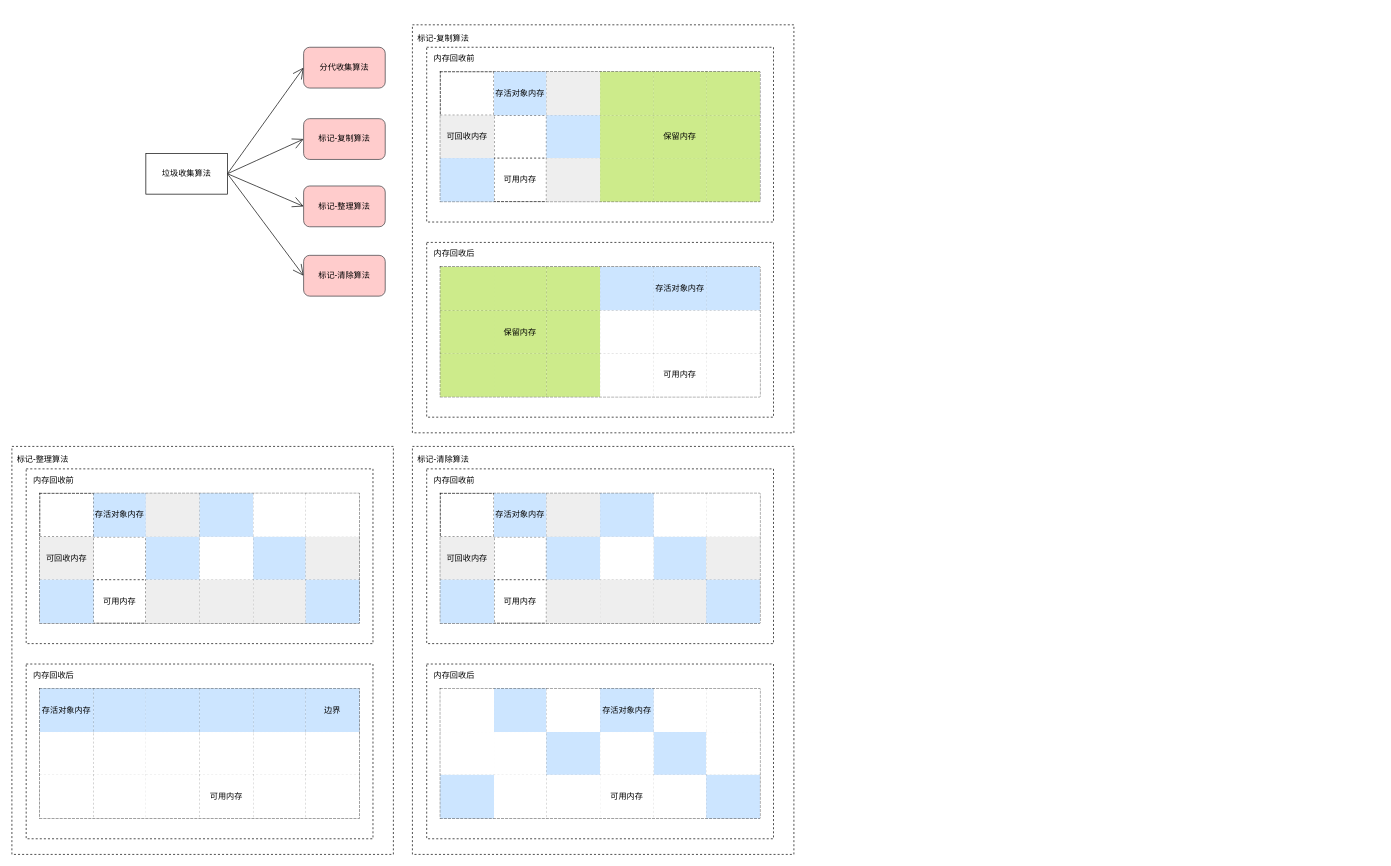
Before: learn/JVM垃圾收集算法.drawio in Leo-Lee-j/sketch, a draw.io diagram. Source tidied: cells renumbered, new cells numbered last; positions are measured from the earlier drawing's top-left corner, leaving out a move shared by most shapes. Both pictures are drawn from the tidied source at 68%, with x=0, y=0 at pixel (12, 24).
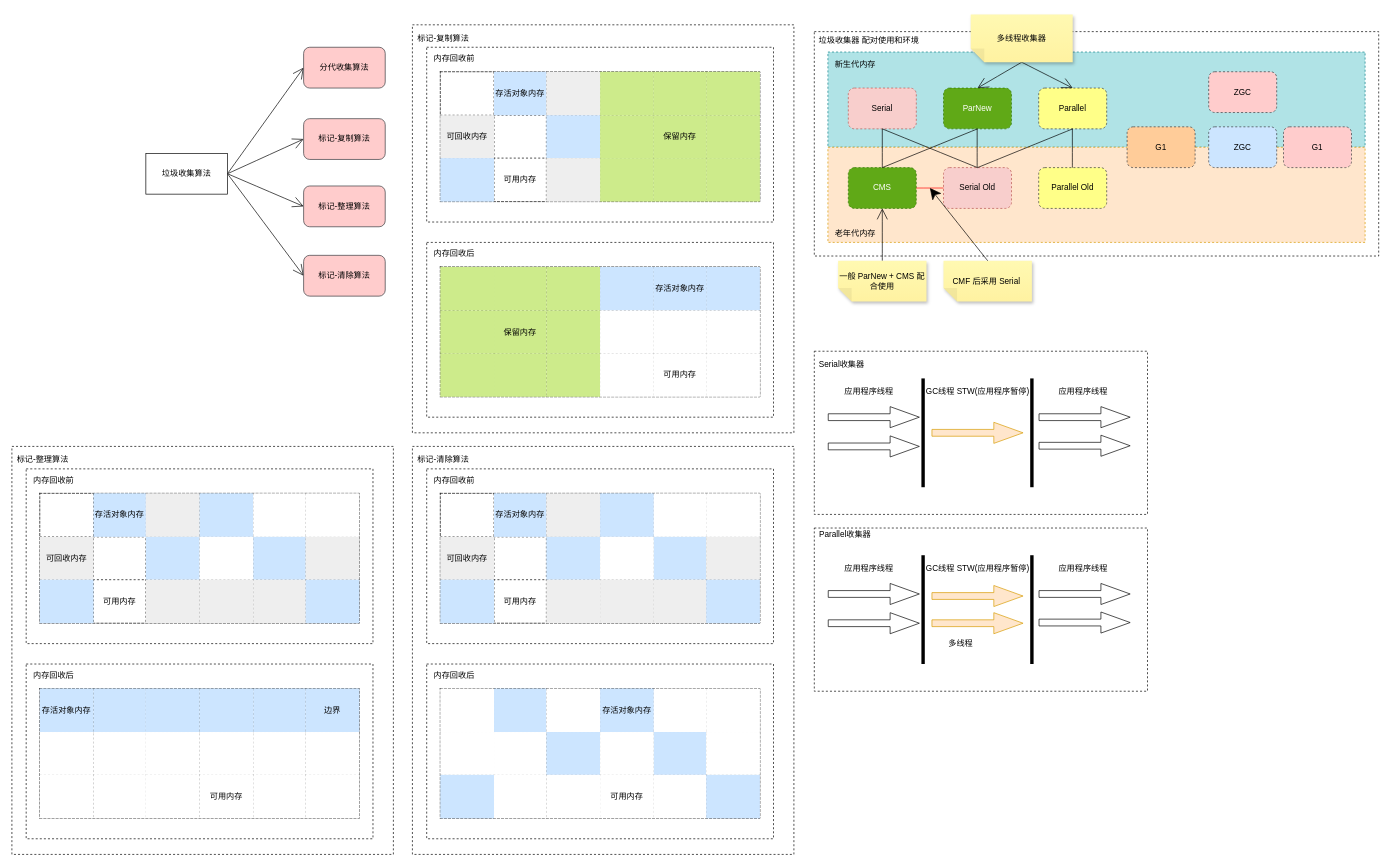
Above is the later version.

Commit message:
更新JVM垃圾收集算法.drawio

What changed in the source:
```diff
@@
+    <mxCell id="161" style="rounded=0;whiteSpace=wrap;html=1;dashed=1;hachureGap=4;" parent="1" vertex="1">
+      <mxGeometry x="1180" y="480" width="490" height="240" as="geometry" />
+    </mxCell>
+    <mxCell id="162" style="rounded=0;whiteSpace=wrap;html=1;dashed=1;hachureGap=4;" parent="1" vertex="1">
+      <mxGeometry x="1180" y="10" width="830" height="330" as="geometry" />
+    </mxCell>
+    <mxCell id="163" style="rounded=0;whiteSpace=wrap;html=1;dashed=1;hachureGap=4;fillColor=#b0e3e6;strokeColor=#0e8088;" parent="1" vertex="1">
+      <mxGeometry x="1200" y="40" width="790" height="140" as="geometry" />
+    </mxCell>
+    <mxCell id="164" style="rounded=0;whiteSpace=wrap;html=1;dashed=1;hachureGap=4;fillColor=#ffe6cc;strokeColor=#d79b00;" parent="1" vertex="1">
+      <mxGeometry x="1200" y="180" width="790" height="140" as="geometry" />
+    </mxCell>
@@
+    <mxCell id="165" value="垃圾收集器 配对使用和环境" style="text;html=1;align=center;verticalAlign=middle;strokeColor=none;fillColor=none;dashed=1;hachureGap=4;" parent="1" vertex="1">
+      <mxGeometry x="1180" y="13" width="160" height="20" as="geometry" />
+    </mxCell>
+    <mxCell id="166" value="老年代内存" style="text;html=1;align=center;verticalAlign=middle;strokeColor=none;fillColor=none;dashed=1;hachureGap=4;" parent="1" vertex="1">
+      <mxGeometry x="1200" y="297" width="80" height="20" as="geometry" />
+    </mxCell>
+    <mxCell id="167" value="新生代内存" style="text;html=1;align=center;verticalAlign=middle;strokeColor=none;fillColor=none;dashed=1;hachureGap=4;" parent="1" vertex="1">
+      <mxGeometry x="1200" y="49" width="80" height="20" as="geometry" />
+    </mxCell>
+    <mxCell id="168" value="Serial" style="rounded=1;whiteSpace=wrap;html=1;dashed=1;hachureGap=4;fillColor=#f8cecc;strokeColor=#b85450;" parent="1" vertex="1">
+      <mxGeometry x="1230" y="93" width="100" height="60" as="geometry" />
+    </mxCell>
+    <mxCell id="169" value="ParNew" style="rounded=1;whiteSpace=wrap;html=1;dashed=1;hachureGap=4;fillColor=#60a917;strokeColor=#2D7600;fontColor=#ffffff;" parent="1" vertex="1">
+      <mxGeometry x="1370" y="93" width="100" height="60" as="geometry" />
+    </mxCell>
+    <mxCell id="170" value="Parallel" style="rounded=1;whiteSpace=wrap;html=1;dashed=1;hachureGap=4;fillColor=#ffff88;strokeColor=#36393d;" parent="1" vertex="1">
+      <mxGeometry x="1510" y="93" width="100" height="60" as="geometry" />
+    </mxCell>
+    <mxCell id="171" value="CMS" style="rounded=1;whiteSpace=wrap;html=1;dashed=1;hachureGap=4;fillColor=#60a917;strokeColor=#2D7600;fontColor=#ffffff;" parent="1" vertex="1">
+      <mxGeometry x="1230" y="210" width="100" height="60" as="geometry" />
+    </mxCell>
+    <mxCell id="172" value="Serial Old" style="rounded=1;whiteSpace=wrap;html=1;dashed=1;hachureGap=4;fillColor=#f8cecc;strokeColor=#b85450;" parent="1" vertex="1">
+      <mxGeometry x="1370" y="210" width="100" height="60" as="geometry" />
+    </mxCell>
+    <mxCell id="173" value="Parallel Old" style="rounded=1;whiteSpace=wrap;html=1;dashed=1;hachureGap=4;fillColor=#ffff88;strokeColor=#36393d;" parent="1" vertex="1">
+      <mxGeometry x="1510" y="210" width="100" height="60" as="geometry" />
+    </mxCell>
+    <mxCell id="174" value="G1" style="rounded=1;whiteSpace=wrap;html=1;dashed=1;hachureGap=4;fillColor=#ffcc99;strokeColor=#36393d;" parent="1" vertex="1">
+      <mxGeometry x="1640" y="150" width="100" height="60" as="geometry" />
+    </mxCell>
+    <mxCell id="175" value="ZGC" style="rounded=1;whiteSpace=wrap;html=1;dashed=1;hachureGap=4;fillColor=#cce5ff;strokeColor=#36393d;" parent="1" vertex="1">
+      <mxGeometry x="1760" y="150" width="100" height="60" as="geometry" />
+    </mxCell>
+    <mxCell id="176" value="ZGC" style="rounded=1;whiteSpace=wrap;html=1;dashed=1;hachureGap=4;fillColor=#ffcccc;strokeColor=#36393d;" parent="1" vertex="1">
+      <mxGeometry x="1760" y="69" width="100" height="60" as="geometry" />
+    </mxCell>
+    <mxCell id="177" value="G1" style="rounded=1;whiteSpace=wrap;html=1;dashed=1;hachureGap=4;fillColor=#ffcccc;strokeColor=#36393d;" parent="1" vertex="1">
+      <mxGeometry x="1870" y="150" width="100" height="60" as="geometry" />
+    </mxCell>
+    <mxCell id="178" style="endArrow=none;html=1;rounded=0;startSize=14;endSize=14;sourcePerimeterSpacing=8;targetPerimeterSpacing=8;curved=1;entryX=0.5;entryY=1;entryDx=0;entryDy=0;exitX=0.5;exitY=0;exitDx=0;exitDy=0;" parent="1" edge="1" source="171" target="168">
+      <mxGeometry relative="1" as="geometry" />
+    </mxCell>
+    <mxCell id="179" style="endArrow=none;html=1;rounded=0;startSize=14;endSize=14;sourcePerimeterSpacing=8;targetPerimeterSpacing=8;curved=1;entryX=0.5;entryY=1;entryDx=0;entryDy=0;exitX=0.5;exitY=0;exitDx=0;exitDy=0;" parent="1" edge="1" source="172" target="168">
+      <mxGeometry relative="1" as="geometry" />
+    </mxCell>
+    <mxCell id="180" style="endArrow=none;html=1;rounded=0;startSize=14;endSize=14;sourcePerimeterSpacing=8;targetPerimeterSpacing=8;curved=1;entryX=0.5;entryY=1;entryDx=0;entryDy=0;exitX=0.5;exitY=0;exitDx=0;exitDy=0;" parent="1" edge="1">
+      <mxGeometry relative="1" as="geometry">
+        <mxPoint x="1419.5" y="210" as="sourcePoint" />
+        <mxPoint x="1419.5" y="153" as="targetPoint" />
+      </mxGeometry>
+    </mxCell>
+    <mxCell id="181" style="endArrow=none;html=1;rounded=0;startSize=14;endSize=14;sourcePerimeterSpacing=8;targetPerimeterSpacing=8;curved=1;entryX=0.5;entryY=1;entryDx=0;entryDy=0;exitX=0.5;exitY=0;exitDx=0;exitDy=0;" parent="1" edge="1">
+      <mxGeometry relative="1" as="geometry">
+        <mxPoint x="1559.5" y="210" as="sourcePoint" />
+        <mxPoint x="1559.5" y="153" as="targetPoint" />
+      </mxGeometry>
+    </mxCell>
+    <mxCell id="182" style="endArrow=none;html=1;rounded=0;startSize=14;endSize=14;sourcePerimeterSpacing=8;targetPerimeterSpacing=8;curved=1;entryX=0.5;entryY=0;entryDx=0;entryDy=0;exitX=0.5;exitY=1;exitDx=0;exitDy=0;" parent="1" edge="1" source="170" target="172">
+      <mxGeometry relative="1" as="geometry" />
+    </mxCell>
+    <mxCell id="183" style="endArrow=none;html=1;rounded=0;startSize=14;endSize=14;sourcePerimeterSpacing=8;targetPerimeterSpacing=8;curved=1;entryX=0.5;entryY=0;entryDx=0;entryDy=0;exitX=0.5;exitY=1;exitDx=0;exitDy=0;" parent="1" edge="1">
+      <mxGeometry relative="1" as="geometry">
+        <mxPoint x="1420" y="153" as="sourcePoint" />
+        <mxPoint x="1280" y="210" as="targetPoint" />
+      </mxGeometry>
+    </mxCell>
+    <mxCell id="184" style="endArrow=none;html=1;rounded=0;startSize=14;endSize=14;sourcePerimeterSpacing=8;targetPerimeterSpacing=8;curved=1;exitX=1;exitY=0.5;exitDx=0;exitDy=0;entryX=0;entryY=0.5;entryDx=0;entryDy=0;strokeColor=#FF0000;" parent="1" edge="1" source="171" target="172">
+      <mxGeometry relative="1" as="geometry" />
+    </mxCell>
+    <mxCell id="185" style="edgeStyle=none;curved=1;rounded=0;jettySize=auto;html=1;exitX=0.5;exitY=1;exitDx=0;exitDy=0;exitPerimeter=0;entryX=0.5;entryY=1;entryDx=0;entryDy=0;endArrow=open;startSize=14;endSize=14;sourcePerimeterSpacing=8;targetPerimeterSpacing=8;strokeColor=#000000;" parent="1" edge="1" source="186" target="171">
+      <mxGeometry relative="1" as="geometry" />
+    </mxCell>
+    <mxCell id="186" value="一般 ParNew + CMS 配合使用" style="shape=note;whiteSpace=wrap;html=1;backgroundOutline=1;fontColor=#000000;darkOpacity=0.05;fillColor=#FFF9B2;strokeColor=none;fillStyle=solid;direction=west;gradientDirection=north;gradientColor=#FFF2A1;shadow=1;size=20;dashed=1;hachureGap=4;" parent="1" vertex="1">
+      <mxGeometry x="1215" y="347" width="130" height="60" as="geometry" />
+    </mxCell>
+    <mxCell id="187" style="edgeStyle=none;curved=1;rounded=0;jettySize=auto;html=1;exitX=0.5;exitY=0;exitDx=0;exitDy=0;exitPerimeter=0;entryX=0.5;entryY=0;entryDx=0;entryDy=0;endArrow=open;startSize=14;endSize=14;sourcePerimeterSpacing=8;targetPerimeterSpacing=8;strokeColor=#000000;" parent="1" edge="1" source="189" target="169">
+      <mxGeometry relative="1" as="geometry" />
+    </mxCell>
+    <mxCell id="188" style="edgeStyle=none;curved=1;rounded=0;jettySize=auto;html=1;exitX=0.5;exitY=0;exitDx=0;exitDy=0;exitPerimeter=0;entryX=0.5;entryY=0;entryDx=0;entryDy=0;endArrow=open;startSize=14;endSize=14;sourcePerimeterSpacing=8;targetPerimeterSpacing=8;strokeColor=#000000;" parent="1" edge="1" source="189" target="170">
+      <mxGeometry relative="1" as="geometry" />
+    </mxCell>
+    <mxCell id="189" value="多线程收集器" style="shape=note;whiteSpace=wrap;html=1;backgroundOutline=1;fontColor=#000000;darkOpacity=0.05;fillColor=#FFF9B2;strokeColor=none;fillStyle=solid;direction=west;gradientDirection=north;gradientColor=#FFF2A1;shadow=1;size=20;dashed=1;hachureGap=4;" parent="1" vertex="1">
+      <mxGeometry x="1410" y="-15" width="150" height="70" as="geometry" />
+    </mxCell>
+    <mxCell id="190" value="CMF 后采用 Serial&amp;nbsp;" style="shape=note;whiteSpace=wrap;html=1;backgroundOutline=1;fontColor=#000000;darkOpacity=0.05;fillColor=#FFF9B2;strokeColor=none;fillStyle=solid;direction=west;gradientDirection=north;gradientColor=#FFF2A1;shadow=1;size=20;dashed=1;hachureGap=4;" parent="1" vertex="1">
+      <mxGeometry x="1370" y="347" width="130" height="60" as="geometry" />
+    </mxCell>
+    <mxCell id="191" style="endArrow=classic;html=1;rounded=0;startSize=14;endSize=14;sourcePerimeterSpacing=8;targetPerimeterSpacing=8;strokeColor=#000000;curved=1;exitX=0.5;exitY=1;exitDx=0;exitDy=0;exitPerimeter=0;" parent="1" edge="1" source="190">
+      <mxGeometry relative="1" as="geometry">
+        <mxPoint x="1350" y="240" as="targetPoint" />
+      </mxGeometry>
+    </mxCell>
+    <mxCell id="192" value="Serial收集器" style="text;html=1;align=center;verticalAlign=middle;strokeColor=none;fillColor=none;dashed=1;hachureGap=4;" parent="1" vertex="1">
+      <mxGeometry x="1180" y="490" width="80" height="20" as="geometry" />
+    </mxCell>
+    <mxCell id="193" style="endArrow=none;html=1;rounded=0;sketch=0;startSize=14;endSize=14;sourcePerimeterSpacing=8;targetPerimeterSpacing=8;strokeColor=#000000;curved=1;strokeWidth=5;" parent="1" edge="1">
+      <mxGeometry relative="1" as="geometry">
+        <mxPoint x="1340" y="680" as="sourcePoint" />
+        <mxPoint x="1340" y="520" as="targetPoint" />
+      </mxGeometry>
+    </mxCell>
+    <mxCell id="194" style="endArrow=none;html=1;rounded=0;sketch=0;startSize=14;endSize=14;sourcePerimeterSpacing=8;targetPerimeterSpacing=8;strokeColor=#000000;curved=1;strokeWidth=5;" parent="1" edge="1">
+      <mxGeometry relative="1" as="geometry">
+        <mxPoint x="1500" y="680" as="sourcePoint" />
+        <mxPoint x="1500" y="520" as="targetPoint" />
+      </mxGeometry>
+    </mxCell>
+    <mxCell id="195" style="shape=flexArrow;endArrow=classic;html=1;rounded=0;sketch=0;startSize=14;endSize=14;sourcePerimeterSpacing=8;targetPerimeterSpacing=8;strokeColor=#000000;strokeWidth=1;curved=1;" parent="1" edge="1">
+      <mxGeometry relative="1" as="geometry">
+        <mxPoint x="1200" y="577" as="sourcePoint" />
+        <mxPoint x="1335" y="577" as="targetPoint" />
+      </mxGeometry>
+    </mxCell>
+    <mxCell id="196" style="shape=flexArrow;endArrow=classic;html=1;rounded=0;sketch=0;startSize=14;endSize=14;sourcePerimeterSpacing=8;targetPerimeterSpacing=8;strokeColor=#000000;strokeWidth=1;curved=1;" parent="1" edge="1">
+      <mxGeometry relative="1" as="geometry">
+        <mxPoint x="1200" y="620" as="sourcePoint" />
+        <mxPoint x="1335" y="620" as="targetPoint" />
+      </mxGeometry>
+    </mxCell>
+    <mxCell id="197" value="应用程序线程" style="text;html=1;align=center;verticalAlign=middle;strokeColor=none;fillColor=none;dashed=1;hachureGap=4;" parent="1" vertex="1">
+      <mxGeometry x="1215" y="530" width="90" height="20" as="geometry" />
+    </mxCell>
+    <mxCell id="198" style="shape=flexArrow;endArrow=classic;html=1;rounded=0;sketch=0;startSize=14;endSize=14;sourcePerimeterSpacing=8;targetPerimeterSpacing=8;strokeColor=#d79b00;strokeWidth=1;curved=1;fillColor=#ffe6cc;" parent="1" edge="1">
+      <mxGeometry relative="1" as="geometry">
+        <mxPoint x="1352.5" y="600" as="sourcePoint" />
+        <mxPoint x="1487.5" y="600" as="targetPoint" />
+      </mxGeometry>
+    </mxCell>
+    <mxCell id="199" value="GC线程 STW(应用程序暂停)" style="text;html=1;align=center;verticalAlign=middle;strokeColor=none;fillColor=none;dashed=1;hachureGap=4;" parent="1" vertex="1">
+      <mxGeometry x="1335" y="530" width="170" height="20" as="geometry" />
+    </mxCell>
+    <mxCell id="200" style="shape=flexArrow;endArrow=classic;html=1;rounded=0;sketch=0;startSize=14;endSize=14;sourcePerimeterSpacing=8;targetPerimeterSpacing=8;strokeColor=#000000;strokeWidth=1;curved=1;" parent="1" edge="1">
+      <mxGeometry relative="1" as="geometry">
+        <mxPoint x="1510" y="577" as="sourcePoint" />
+        <mxPoint x="1645" y="577" as="targetPoint" />
+      </mxGeometry>
+    </mxCell>
+    <mxCell id="201" style="shape=flexArrow;endArrow=classic;html=1;rounded=0;sketch=0;startSize=14;endSize=14;sourcePerimeterSpacing=8;targetPerimeterSpacing=8;strokeColor=#000000;strokeWidth=1;curved=1;" parent="1" edge="1">
+      <mxGeometry relative="1" as="geometry">
+        <mxPoint x="1510" y="619" as="sourcePoint" />
+        <mxPoint x="1645" y="619" as="targetPoint" />
+      </mxGeometry>
+    </mxCell>
+    <mxCell id="202" value="应用程序线程" style="text;html=1;align=center;verticalAlign=middle;strokeColor=none;fillColor=none;dashed=1;hachureGap=4;" parent="1" vertex="1">
+      <mxGeometry x="1530" y="530" width="90" height="20" as="geometry" />
+    </mxCell>
+    <mxCell id="203" style="rounded=0;whiteSpace=wrap;html=1;dashed=1;hachureGap=4;" parent="1" vertex="1">
+      <mxGeometry x="1180" y="740" width="490" height="240" as="geometry" />
+    </mxCell>
+    <mxCell id="204" value="Parallel收集器" style="text;html=1;align=center;verticalAlign=middle;strokeColor=none;fillColor=none;dashed=1;hachureGap=4;" parent="1" vertex="1">
+      <mxGeometry x="1180" y="740" width="90" height="20" as="geometry" />
+    </mxCell>
+    <mxCell id="205" style="endArrow=none;html=1;rounded=0;sketch=0;startSize=14;endSize=14;sourcePerimeterSpacing=8;targetPerimeterSpacing=8;strokeColor=#000000;curved=1;strokeWidth=5;" parent="1" edge="1">
+      <mxGeometry relative="1" as="geometry">
+        <mxPoint x="1340" y="940" as="sourcePoint" />
+        <mxPoint x="1340" y="780" as="targetPoint" />
+      </mxGeometry>
+    </mxCell>
+    <mxCell id="206" style="endArrow=none;html=1;rounded=0;sketch=0;startSize=14;endSize=14;sourcePerimeterSpacing=8;targetPerimeterSpacing=8;strokeColor=#000000;curved=1;strokeWidth=5;" parent="1" edge="1">
+      <mxGeometry relative="1" as="geometry">
+        <mxPoint x="1500" y="940" as="sourcePoint" />
+        <mxPoint x="1500" y="780" as="targetPoint" />
+      </mxGeometry>
+    </mxCell>
+    <mxCell id="207" style="shape=flexArrow;endArrow=classic;html=1;rounded=0;sketch=0;startSize=14;endSize=14;sourcePerimeterSpacing=8;targetPerimeterSpacing=8;strokeColor=#000000;strokeWidth=1;curved=1;" parent="1" edge="1">
+      <mxGeometry relative="1" as="geometry">
+        <mxPoint x="1200" y="837" as="sourcePoint" />
+        <mxPoint x="1335" y="837" as="targetPoint" />
+      </mxGeometry>
+    </mxCell>
+    <mxCell id="208" style="shape=flexArrow;endArrow=classic;html=1;rounded=0;sketch=0;startSize=14;endSize=14;sourcePerimeterSpacing=8;targetPerimeterSpacing=8;strokeColor=#000000;strokeWidth=1;curved=1;" parent="1" edge="1">
+      <mxGeometry relative="1" as="geometry">
+        <mxPoint x="1200" y="880" as="sourcePoint" />
+        <mxPoint x="1335" y="880" as="targetPoint" />
+      </mxGeometry>
+    </mxCell>
+    <mxCell id="209" value="应用程序线程" style="text;html=1;align=center;verticalAlign=middle;strokeColor=none;fillColor=none;dashed=1;hachureGap=4;" parent="1" vertex="1">
+      <mxGeometry x="1215" y="790" width="90" height="20" as="geometry" />
+    </mxCell>
+    <mxCell id="210" style="shape=flexArrow;endArrow=classic;html=1;rounded=0;sketch=0;startSize=14;endSize=14;sourcePerimeterSpacing=8;targetPerimeterSpacing=8;strokeColor=#d79b00;strokeWidth=1;curved=1;fillColor=#ffe6cc;" parent="1" edge="1">
+      <mxGeometry relative="1" as="geometry">
+        <mxPoint x="1352.5" y="840" as="sourcePoint" />
+        <mxPoint x="1487.5" y="840" as="targetPoint" />
+      </mxGeometry>
+    </mxCell>
+    <mxCell id="211" value="GC线程 STW(应用程序暂停)" style="text;html=1;align=center;verticalAlign=middle;strokeColor=none;fillColor=none;dashed=1;hachureGap=4;" parent="1" vertex="1">
+      <mxGeometry x="1335" y="790" width="170" height="20" as="geometry" />
+    </mxCell>
+    <mxCell id="212" style="shape=flexArrow;endArrow=classic;html=1;rounded=0;sketch=0;startSize=14;endSize=14;sourcePerimeterSpacing=8;targetPerimeterSpacing=8;strokeColor=#000000;strokeWidth=1;curved=1;" parent="1" edge="1">
+      <mxGeometry relative="1" as="geometry">
+        <mxPoint x="1510" y="837" as="sourcePoint" />
+        <mxPoint x="1645" y="837" as="targetPoint" />
+      </mxGeometry>
+    </mxCell>
+    <mxCell id="213" style="shape=flexArrow;endArrow=classic;html=1;rounded=0;sketch=0;startSize=14;endSize=14;sourcePerimeterSpacing=8;targetPerimeterSpacing=8;strokeColor=#000000;strokeWidth=1;curved=1;" parent="1" edge="1">
+      <mxGeometry relative="1" as="geometry">
+        <mxPoint x="1510" y="879" as="sourcePoint" />
+        <mxPoint x="1645" y="879" as="targetPoint" />
+      </mxGeometry>
+    </mxCell>
+    <mxCell id="214" value="应用程序线程" style="text;html=1;align=center;verticalAlign=middle;strokeColor=none;fillColor=none;dashed=1;hachureGap=4;" parent="1" vertex="1">
+      <mxGeometry x="1530" y="790" width="90" height="20" as="geometry" />
+    </mxCell>
+    <mxCell id="215" style="shape=flexArrow;endArrow=classic;html=1;rounded=0;sketch=0;startSize=14;endSize=14;sourcePerimeterSpacing=8;targetPerimeterSpacing=8;strokeColor=#d79b00;strokeWidth=1;curved=1;fillColor=#ffe6cc;" parent="1" edge="1">
+      <mxGeometry relative="1" as="geometry">
+        <mxPoint x="1352.5" y="880" as="sourcePoint" />
+        <mxPoint x="1487.5" y="880" as="targetPoint" />
+      </mxGeometry>
+    </mxCell>
+    <mxCell id="216" value="多线程" style="text;html=1;align=center;verticalAlign=middle;strokeColor=none;fillColor=none;dashed=1;hachureGap=4;" parent="1" vertex="1">
+      <mxGeometry x="1370" y="900" width="50" height="20" as="geometry" />
+    </mxCell>
```
